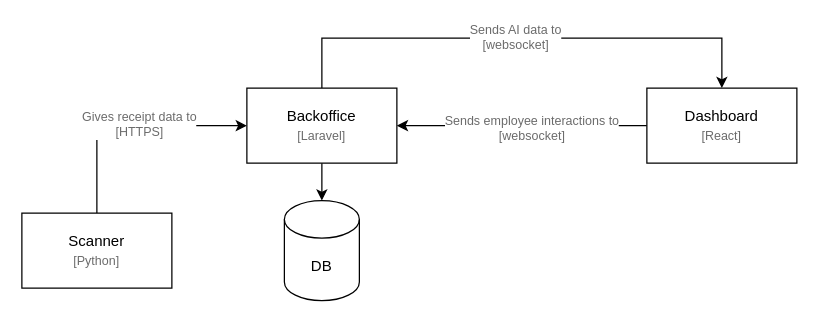
Above: final_idea.drawio in cafetaria-sleutelbos/Documents (draw.io), before the change. Source tidied: cells renumbered, new cells numbered last; positions are measured from the earlier drawing's top-left corner, leaving out a move shared by most shapes. Both pictures are drawn from the tidied source at 125%, with x=0, y=0 at pixel (21, 38).
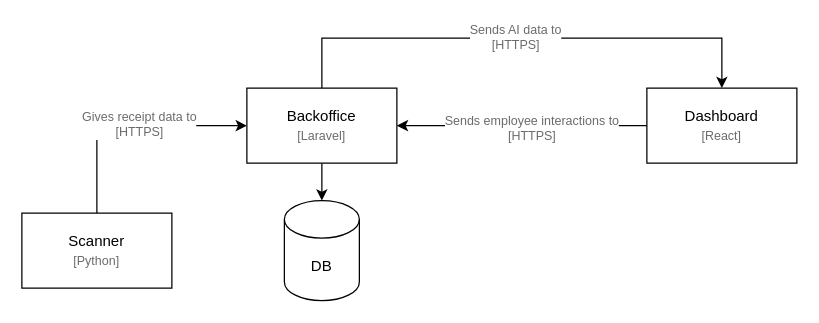
The same page after the edit.

Diff of the diagram source:
```diff
@@
 <mxGraphModel>
   <root>
     <mxCell id="0" />
     <mxCell id="1" parent="0" />
     <mxCell id="2" style="edgeStyle=none;rounded=0;jettySize=auto;html=1;entryX=0.5;entryY=0;entryDx=0;entryDy=0;fontSize=10;fontColor=#6B6B6B;endArrow=classic;endFill=1;" parent="1" edge="1" source="5" target="8">
       <mxGeometry relative="1" as="geometry">
         <Array as="points">
           <mxPoint x="240" />
           <mxPoint x="560" />
         </Array>
       </mxGeometry>
     </mxCell>
-    <mxCell id="3" value="Sends AI data to&lt;br&gt;[websocket]" style="edgeLabel;html=1;align=center;verticalAlign=middle;fontSize=10;fontColor=#6B6B6B;" parent="2" vertex="1">
+    <mxCell id="3" value="Sends AI data to&lt;br&gt;[HTTPS]" style="edgeLabel;html=1;align=center;verticalAlign=middle;fontSize=10;fontColor=#6B6B6B;" parent="2" vertex="1">
       <mxGeometry x="-0.03" y="2" relative="1" as="geometry" />
     </mxCell>
     <mxCell id="4" style="edgeStyle=orthogonalEdgeStyle;rounded=0;jettySize=auto;html=1;entryX=0.5;entryY=0;entryDx=0;entryDy=0;entryPerimeter=0;" parent="1" edge="1" source="5" target="12">
       <mxGeometry relative="1" as="geometry" />
     </mxCell>
     <mxCell id="5" value="&lt;font style=&quot;&quot;&gt;Backoffice&lt;br&gt;&lt;/font&gt;&lt;font color=&quot;#6b6b6b&quot; style=&quot;font-size: 10px;&quot;&gt;[Laravel]&lt;/font&gt;" style="rounded=0;whiteSpace=wrap;html=1;" parent="1" vertex="1">
       <mxGeometry x="180" y="40" width="120" height="60" as="geometry" />
     </mxCell>
     <mxCell id="6" style="edgeStyle=none;rounded=0;jettySize=auto;html=1;entryX=1;entryY=0.5;entryDx=0;entryDy=0;fontSize=10;fontColor=#6B6B6B;endArrow=classic;endFill=1;" parent="1" edge="1" source="8" target="5">
       <mxGeometry relative="1" as="geometry">
         <Array as="points">
           <mxPoint x="390" y="70" />
         </Array>
       </mxGeometry>
     </mxCell>
-    <mxCell id="7" value="Sends employee interactions to&lt;br&gt;[websocket]" style="edgeLabel;html=1;align=center;verticalAlign=middle;fontSize=10;fontColor=#6B6B6B;" parent="6" vertex="1">
+    <mxCell id="7" value="Sends employee interactions to&lt;br&gt;[HTTPS]" style="edgeLabel;html=1;align=center;verticalAlign=middle;fontSize=10;fontColor=#6B6B6B;" parent="6" vertex="1">
       <mxGeometry x="0.14" y="1" relative="1" as="geometry">
         <mxPoint x="21" as="offset" />
       </mxGeometry>
     </mxCell>
     <mxCell id="8" value="&lt;font style=&quot;&quot;&gt;Dashboard&lt;br&gt;&lt;/font&gt;&lt;font color=&quot;#6b6b6b&quot; style=&quot;font-size: 10px;&quot;&gt;[React]&lt;/font&gt;" style="rounded=0;whiteSpace=wrap;html=1;" parent="1" vertex="1">
       <mxGeometry x="500" y="40" width="120" height="60" as="geometry" />
     </mxCell>
     <mxCell id="9" style="edgeStyle=orthogonalEdgeStyle;rounded=0;jettySize=auto;html=1;entryX=0;entryY=0.5;entryDx=0;entryDy=0;fontSize=10;fontColor=#6B6B6B;" parent="1" edge="1" source="11" target="5">
       <mxGeometry relative="1" as="geometry">
         <Array as="points">
           <mxPoint x="60" y="70" />
         </Array>
       </mxGeometry>
     </mxCell>
     <mxCell id="10" value="Gives receipt data to&lt;br&gt;[HTTPS]" style="edgeLabel;html=1;align=center;verticalAlign=middle;fontSize=10;fontColor=#6B6B6B;" parent="9" vertex="1">
       <mxGeometry x="0.08" y="2" relative="1" as="geometry" />
     </mxCell>
     <mxCell id="11" value="&lt;font style=&quot;&quot;&gt;Scanner&lt;br&gt;&lt;/font&gt;&lt;font color=&quot;#6b6b6b&quot; style=&quot;font-size: 10px;&quot;&gt;[Python]&lt;/font&gt;" style="rounded=0;whiteSpace=wrap;html=1;" parent="1" vertex="1">
       <mxGeometry y="140" width="120" height="60" as="geometry" />
     </mxCell>
     <mxCell id="12" value="DB" style="shape=cylinder3;whiteSpace=wrap;html=1;boundedLbl=1;backgroundOutline=1;size=15;" parent="1" vertex="1">
       <mxGeometry x="210" y="130" width="60" height="80" as="geometry" />
     </mxCell>
   </root>
 </mxGraphModel>
```
